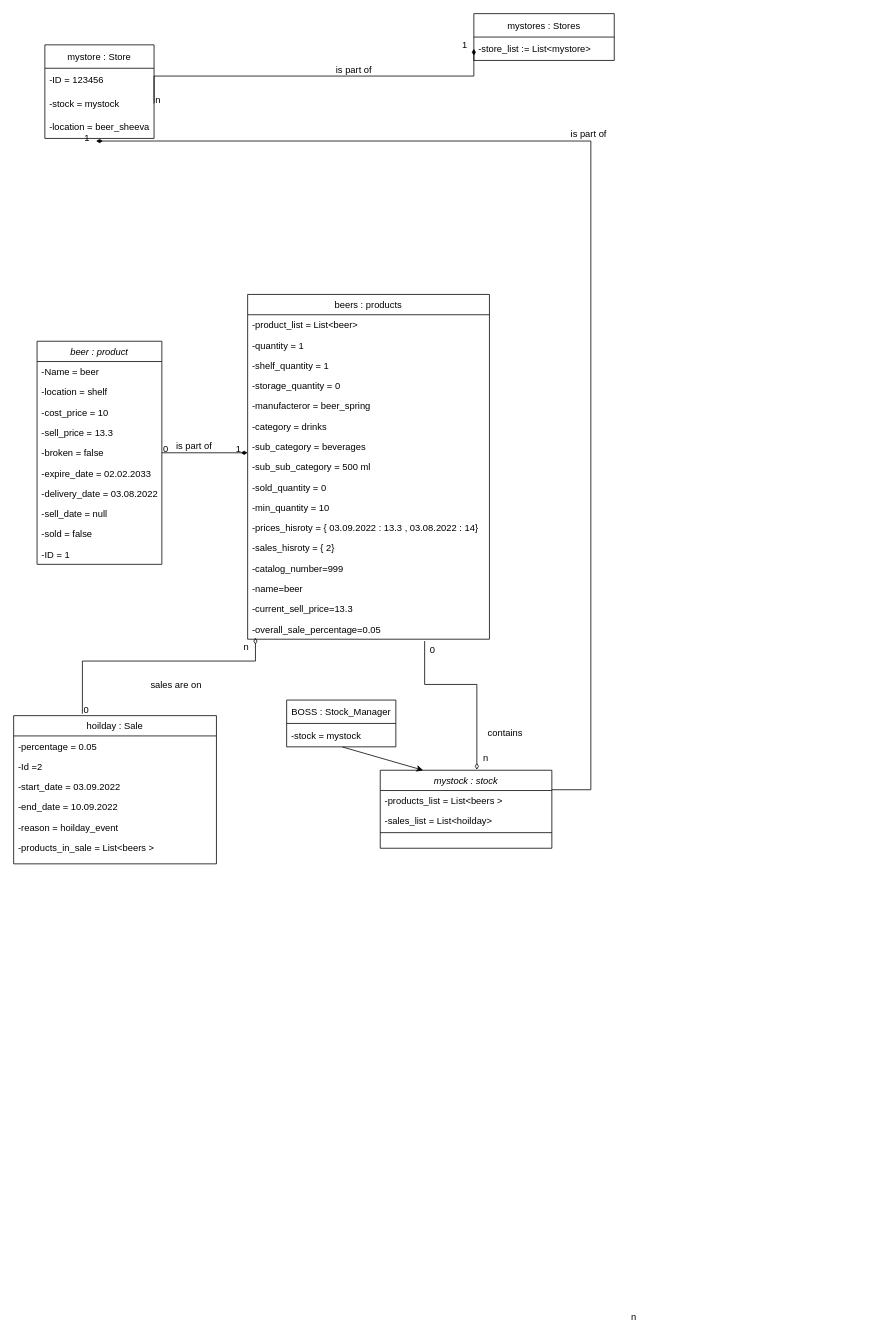
The draw.io diagram docs/object_case_1.drawio in idanlobel/nitutz, before the edit. Source tidied: cells renumbered, new cells numbered last; positions are measured from the earlier drawing's top-left corner, leaving out a move shared by most shapes. Both pictures are drawn from the tidied source at 78%, with x=0, y=0 at pixel (13, 13).
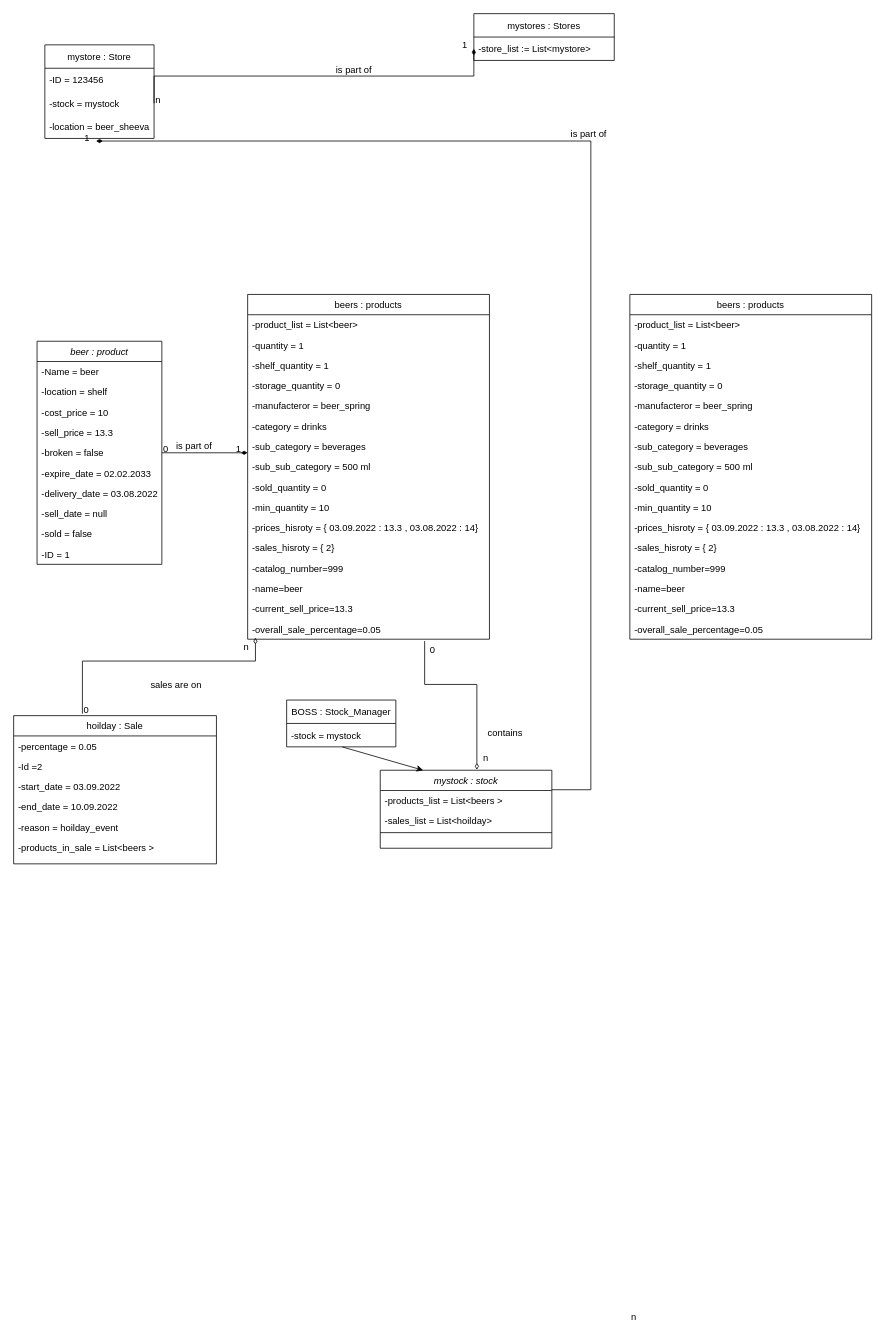
The same diagram, later.

Commit message (it also covers changes not shown here):
add sales history functionality

Diff of the diagram source:
```diff
@@
+    <mxCell id="70" value="beers : products" style="swimlane;fontStyle=0;align=center;verticalAlign=top;horizontal=1;startSize=26;rounded=0;shadow=0;strokeWidth=1;" parent="1" vertex="1">
+      <mxGeometry x="790" y="360" width="310" height="442" as="geometry" />
+    </mxCell>
+    <mxCell id="71" value="-product_list = List&lt;beer&gt;" style="text;align=left;verticalAlign=top;spacingLeft=4;spacingRight=4;overflow=hidden;rounded=0;shadow=0;html=0;" parent="70" vertex="1">
+      <mxGeometry y="26" width="310" height="26" as="geometry" />
+    </mxCell>
+    <mxCell id="72" value="-quantity = 1" style="text;align=left;verticalAlign=top;spacingLeft=4;spacingRight=4;overflow=hidden;rounded=0;shadow=0;html=0;" parent="70" vertex="1">
+      <mxGeometry y="52" width="310" height="26" as="geometry" />
+    </mxCell>
+    <mxCell id="73" value="-shelf_quantity = 1" style="text;align=left;verticalAlign=top;spacingLeft=4;spacingRight=4;overflow=hidden;rounded=0;shadow=0;html=0;" parent="70" vertex="1">
+      <mxGeometry y="78" width="310" height="26" as="geometry" />
+    </mxCell>
+    <mxCell id="74" value="-storage_quantity = 0" style="text;align=left;verticalAlign=top;spacingLeft=4;spacingRight=4;overflow=hidden;rounded=0;shadow=0;html=0;" parent="70" vertex="1">
+      <mxGeometry y="104" width="310" height="26" as="geometry" />
+    </mxCell>
+    <mxCell id="75" value="-manufacteror = beer_spring" style="text;align=left;verticalAlign=top;spacingLeft=4;spacingRight=4;overflow=hidden;rounded=0;shadow=0;html=0;" parent="70" vertex="1">
+      <mxGeometry y="130" width="310" height="26" as="geometry" />
+    </mxCell>
+    <mxCell id="76" value="-category = drinks" style="text;align=left;verticalAlign=top;spacingLeft=4;spacingRight=4;overflow=hidden;rounded=0;shadow=0;html=0;" parent="70" vertex="1">
+      <mxGeometry y="156" width="310" height="26" as="geometry" />
+    </mxCell>
+    <mxCell id="77" value="-sub_category = beverages" style="text;align=left;verticalAlign=top;spacingLeft=4;spacingRight=4;overflow=hidden;rounded=0;shadow=0;html=0;" parent="70" vertex="1">
+      <mxGeometry y="182" width="310" height="26" as="geometry" />
+    </mxCell>
+    <mxCell id="78" value="-sub_sub_category = 500 ml" style="text;align=left;verticalAlign=top;spacingLeft=4;spacingRight=4;overflow=hidden;rounded=0;shadow=0;html=0;" parent="70" vertex="1">
+      <mxGeometry y="208" width="310" height="26" as="geometry" />
+    </mxCell>
+    <mxCell id="79" value="-sold_quantity = 0" style="text;align=left;verticalAlign=top;spacingLeft=4;spacingRight=4;overflow=hidden;rounded=0;shadow=0;html=0;" parent="70" vertex="1">
+      <mxGeometry y="234" width="310" height="26" as="geometry" />
+    </mxCell>
+    <mxCell id="80" value="-min_quantity = 10" style="text;align=left;verticalAlign=top;spacingLeft=4;spacingRight=4;overflow=hidden;rounded=0;shadow=0;html=0;" parent="70" vertex="1">
+      <mxGeometry y="260" width="310" height="26" as="geometry" />
+    </mxCell>
+    <mxCell id="81" value="-prices_hisroty = { 03.09.2022 : 13.3 , 03.08.2022 : 14}" style="text;align=left;verticalAlign=top;spacingLeft=4;spacingRight=4;overflow=hidden;rounded=0;shadow=0;html=0;fontColor=#000000;" parent="70" vertex="1">
+      <mxGeometry y="286" width="310" height="26" as="geometry" />
+    </mxCell>
+    <mxCell id="82" value="-sales_hisroty = { 2}" style="text;align=left;verticalAlign=top;spacingLeft=4;spacingRight=4;overflow=hidden;rounded=0;shadow=0;html=0;fontColor=#000000;" parent="70" vertex="1">
+      <mxGeometry y="312" width="310" height="26" as="geometry" />
+    </mxCell>
+    <mxCell id="83" value="-catalog_number=999" style="text;align=left;verticalAlign=top;spacingLeft=4;spacingRight=4;overflow=hidden;rounded=0;shadow=0;html=0;fontColor=#000000;" parent="70" vertex="1">
+      <mxGeometry y="338" width="310" height="26" as="geometry" />
+    </mxCell>
+    <mxCell id="84" value="-name=beer" style="text;align=left;verticalAlign=top;spacingLeft=4;spacingRight=4;overflow=hidden;rounded=0;shadow=0;html=0;fontColor=#000000;" parent="70" vertex="1">
+      <mxGeometry y="364" width="310" height="26" as="geometry" />
+    </mxCell>
+    <mxCell id="85" value="-current_sell_price=13.3" style="text;align=left;verticalAlign=top;spacingLeft=4;spacingRight=4;overflow=hidden;rounded=0;shadow=0;html=0;fontColor=#000000;" parent="70" vertex="1">
+      <mxGeometry y="390" width="310" height="26" as="geometry" />
+    </mxCell>
+    <mxCell id="86" value="-overall_sale_percentage=0.05" style="text;align=left;verticalAlign=top;spacingLeft=4;spacingRight=4;overflow=hidden;rounded=0;shadow=0;html=0;fontColor=#000000;" parent="70" vertex="1">
+      <mxGeometry y="416" width="310" height="26" as="geometry" />
+    </mxCell>
```
